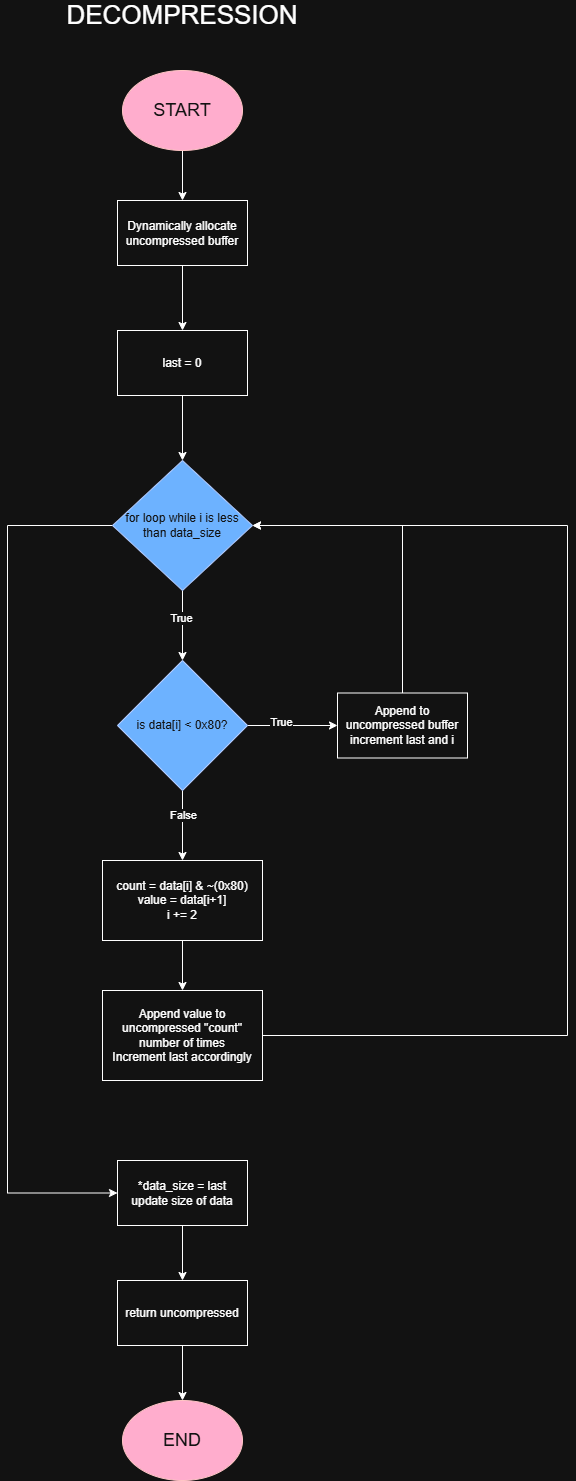
This is doc/decompression_garmin.drawio.png from Captiosus510/compression_garmin, a draw.io export, as it was before one commit. Source tidied: cells renumbered, new cells last; positions are measured from the earlier drawing's top-left corner, leaving out a move shared by most shapes. Its diagram source:
```xml
<mxGraphModel>
  <root>
    <mxCell id="0" />
    <mxCell id="1" parent="0" />
    <mxCell id="2" style="edgeStyle=orthogonalEdgeStyle;rounded=0;jettySize=auto;html=1;exitX=0.5;exitY=1;exitDx=0;exitDy=0;entryX=0.5;entryY=0;entryDx=0;entryDy=0;" parent="1" edge="1" source="3" target="5">
      <mxGeometry relative="1" as="geometry" />
    </mxCell>
    <mxCell id="3" value="&lt;font style=&quot;font-size: 18px;&quot;&gt;START&lt;/font&gt;" style="ellipse;whiteSpace=wrap;html=1;fillColor=#a20025;fontColor=#ffffff;strokeColor=#6F0000;" parent="1" vertex="1">
      <mxGeometry x="115" y="70" width="120" height="80" as="geometry" />
    </mxCell>
    <mxCell id="4" style="edgeStyle=orthogonalEdgeStyle;rounded=0;jettySize=auto;html=1;exitX=0.5;exitY=1;exitDx=0;exitDy=0;entryX=0.5;entryY=0;entryDx=0;entryDy=0;" parent="1" edge="1" source="5" target="7">
      <mxGeometry relative="1" as="geometry" />
    </mxCell>
    <mxCell id="5" value="Dynamically allocate uncompressed buffer" style="rounded=0;whiteSpace=wrap;html=1;" parent="1" vertex="1">
      <mxGeometry x="110" y="200" width="130" height="65" as="geometry" />
    </mxCell>
    <mxCell id="6" style="edgeStyle=orthogonalEdgeStyle;rounded=0;jettySize=auto;html=1;exitX=0.5;exitY=1;exitDx=0;exitDy=0;entryX=0.5;entryY=0;entryDx=0;entryDy=0;" parent="1" edge="1" source="7" target="11">
      <mxGeometry relative="1" as="geometry" />
    </mxCell>
    <mxCell id="7" value="last = 0" style="rounded=0;whiteSpace=wrap;html=1;" parent="1" vertex="1">
      <mxGeometry x="110" y="330" width="130" height="65" as="geometry" />
    </mxCell>
    <mxCell id="8" style="edgeStyle=orthogonalEdgeStyle;rounded=0;jettySize=auto;html=1;exitX=0.5;exitY=1;exitDx=0;exitDy=0;entryX=0;entryY=0.5;entryDx=0;entryDy=0;" parent="1" edge="1" source="11" target="16">
      <mxGeometry relative="1" as="geometry" />
    </mxCell>
    <mxCell id="9" value="True" style="edgeLabel;html=1;align=center;verticalAlign=middle;" parent="8" vertex="1">
      <mxGeometry x="-0.23" y="-2" relative="1" as="geometry" />
    </mxCell>
    <mxCell id="10" style="edgeStyle=orthogonalEdgeStyle;rounded=0;jettySize=auto;html=1;exitX=0;exitY=0.5;exitDx=0;exitDy=0;entryX=0;entryY=0.5;entryDx=0;entryDy=0;" parent="1" edge="1" source="11" target="24">
      <mxGeometry relative="1" as="geometry">
        <Array as="points">
          <mxPoint y="525" />
          <mxPoint y="1193" />
        </Array>
      </mxGeometry>
    </mxCell>
    <mxCell id="11" value="for loop while i is less than data_size" style="rhombus;whiteSpace=wrap;html=1;fillColor=#0050ef;fontColor=#ffffff;strokeColor=#001DBC;" parent="1" vertex="1">
      <mxGeometry x="105" y="460" width="140" height="130" as="geometry" />
    </mxCell>
    <mxCell id="12" style="edgeStyle=orthogonalEdgeStyle;rounded=0;jettySize=auto;html=1;exitX=0.5;exitY=0;exitDx=0;exitDy=0;entryX=0;entryY=0.5;entryDx=0;entryDy=0;" parent="1" edge="1" source="16" target="18">
      <mxGeometry relative="1" as="geometry" />
    </mxCell>
    <mxCell id="13" value="True" style="edgeLabel;html=1;align=center;verticalAlign=middle;" parent="12" vertex="1">
      <mxGeometry x="-0.27" y="4" relative="1" as="geometry" />
    </mxCell>
    <mxCell id="14" style="edgeStyle=orthogonalEdgeStyle;rounded=0;jettySize=auto;html=1;exitX=1;exitY=0.5;exitDx=0;exitDy=0;entryX=0.5;entryY=0;entryDx=0;entryDy=0;" parent="1" edge="1" source="16" target="20">
      <mxGeometry relative="1" as="geometry" />
    </mxCell>
    <mxCell id="15" value="False" style="edgeLabel;html=1;align=center;verticalAlign=middle;" parent="14" vertex="1">
      <mxGeometry x="-0.31" relative="1" as="geometry" />
    </mxCell>
    <mxCell id="16" value="is data[i] &amp;lt; 0x80?" style="rhombus;whiteSpace=wrap;html=1;fillColor=#0050ef;fontColor=#ffffff;strokeColor=#001DBC;direction=south;" parent="1" vertex="1">
      <mxGeometry x="110" y="660" width="130" height="130" as="geometry" />
    </mxCell>
    <mxCell id="17" style="edgeStyle=orthogonalEdgeStyle;rounded=0;jettySize=auto;html=1;exitX=0.5;exitY=0;exitDx=0;exitDy=0;entryX=1;entryY=0.5;entryDx=0;entryDy=0;" parent="1" edge="1" source="18" target="11">
      <mxGeometry relative="1" as="geometry" />
    </mxCell>
    <mxCell id="18" value="Append to uncompressed buffer&lt;div&gt;increment last and i&lt;/div&gt;" style="rounded=0;whiteSpace=wrap;html=1;" parent="1" vertex="1">
      <mxGeometry x="330" y="692.5" width="130" height="65" as="geometry" />
    </mxCell>
    <mxCell id="19" style="edgeStyle=orthogonalEdgeStyle;rounded=0;jettySize=auto;html=1;exitX=0.5;exitY=1;exitDx=0;exitDy=0;entryX=0.5;entryY=0;entryDx=0;entryDy=0;" parent="1" edge="1" source="20" target="22">
      <mxGeometry relative="1" as="geometry" />
    </mxCell>
    <mxCell id="20" value="count = data[i]&amp;nbsp;&amp;amp; ~(0x80)&lt;br&gt;value = data[i+1]&lt;div&gt;i += 2&lt;/div&gt;" style="rounded=0;whiteSpace=wrap;html=1;" parent="1" vertex="1">
      <mxGeometry x="95" y="860" width="160" height="80" as="geometry" />
    </mxCell>
    <mxCell id="21" style="edgeStyle=orthogonalEdgeStyle;rounded=0;jettySize=auto;html=1;exitX=1;exitY=0.5;exitDx=0;exitDy=0;entryX=1;entryY=0.5;entryDx=0;entryDy=0;" parent="1" edge="1" source="22" target="11">
      <mxGeometry relative="1" as="geometry">
        <Array as="points">
          <mxPoint x="560" y="1035" />
          <mxPoint x="560" y="525" />
        </Array>
      </mxGeometry>
    </mxCell>
    <mxCell id="22" value="Append value to uncompressed &quot;count&quot; number of times&lt;div&gt;Increment last accordingly&lt;/div&gt;" style="rounded=0;whiteSpace=wrap;html=1;" parent="1" vertex="1">
      <mxGeometry x="95" y="990" width="160" height="90" as="geometry" />
    </mxCell>
    <mxCell id="23" style="edgeStyle=orthogonalEdgeStyle;rounded=0;jettySize=auto;html=1;exitX=0.5;exitY=1;exitDx=0;exitDy=0;entryX=0.5;entryY=0;entryDx=0;entryDy=0;" parent="1" edge="1" source="24" target="26">
      <mxGeometry relative="1" as="geometry" />
    </mxCell>
    <mxCell id="24" value="*data_size = last&lt;div&gt;update size of data&lt;/div&gt;" style="rounded=0;whiteSpace=wrap;html=1;" parent="1" vertex="1">
      <mxGeometry x="110" y="1160" width="130" height="65" as="geometry" />
    </mxCell>
    <mxCell id="25" style="edgeStyle=orthogonalEdgeStyle;rounded=0;jettySize=auto;html=1;exitX=0.5;exitY=1;exitDx=0;exitDy=0;entryX=0.5;entryY=0;entryDx=0;entryDy=0;" parent="1" edge="1" source="26" target="27">
      <mxGeometry relative="1" as="geometry" />
    </mxCell>
    <mxCell id="26" value="return uncompressed" style="rounded=0;whiteSpace=wrap;html=1;" parent="1" vertex="1">
      <mxGeometry x="110" y="1280" width="130" height="65" as="geometry" />
    </mxCell>
    <mxCell id="27" value="&lt;font style=&quot;font-size: 18px;&quot;&gt;END&lt;/font&gt;" style="ellipse;whiteSpace=wrap;html=1;fillColor=#a20025;fontColor=#ffffff;strokeColor=#6F0000;" parent="1" vertex="1">
      <mxGeometry x="115" y="1400" width="120" height="80" as="geometry" />
    </mxCell>
    <mxCell id="28" value="&lt;font style=&quot;font-size: 26px;&quot;&gt;DECOMPRESSION&lt;/font&gt;" style="text;html=1;whiteSpace=wrap;strokeColor=none;fillColor=none;align=center;verticalAlign=middle;rounded=0;" parent="1" vertex="1">
      <mxGeometry x="145" width="60" height="30" as="geometry" />
    </mxCell>
  </root>
</mxGraphModel>
```
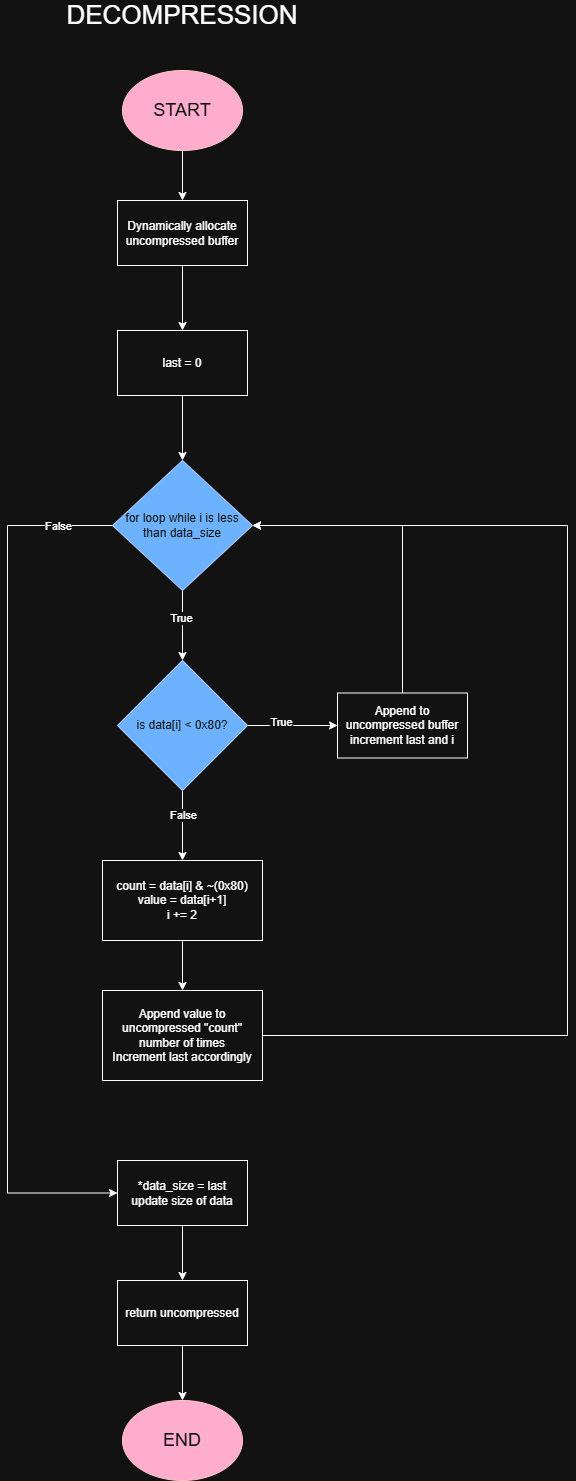
The same diagram one commit later.

Commit message:
flowchart correction

What changed in the source:
```diff
@@ -34,6 +34,9 @@
         </Array>
       </mxGeometry>
     </mxCell>
+    <mxCell id="29" value="False" style="edgeLabel;html=1;align=center;verticalAlign=middle;" parent="10" vertex="1">
+      <mxGeometry x="-0.88" relative="1" as="geometry" />
+    </mxCell>
     <mxCell id="11" value="for loop while i is less than data_size" style="rhombus;whiteSpace=wrap;html=1;fillColor=#0050ef;fontColor=#ffffff;strokeColor=#001DBC;" parent="1" vertex="1">
       <mxGeometry x="105" y="460" width="140" height="130" as="geometry" />
     </mxCell>
```
